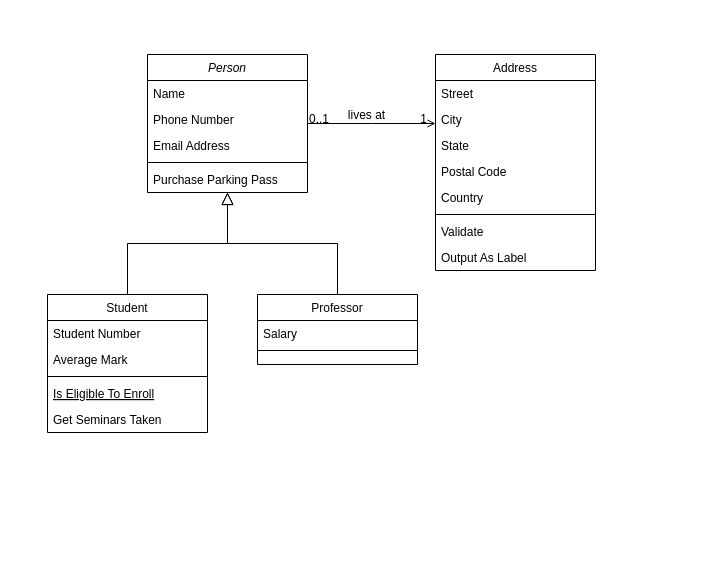
Before: Untitled Diagram.drawio in Matrasulov/Software_engineering, a draw.io diagram. Source tidied: cells renumbered, new cells numbered last; positions are measured from the earlier drawing's top-left corner, leaving out a move shared by most shapes. Both pictures are drawn from the tidied source at 100%, with x=0, y=0 at pixel (47, 54).
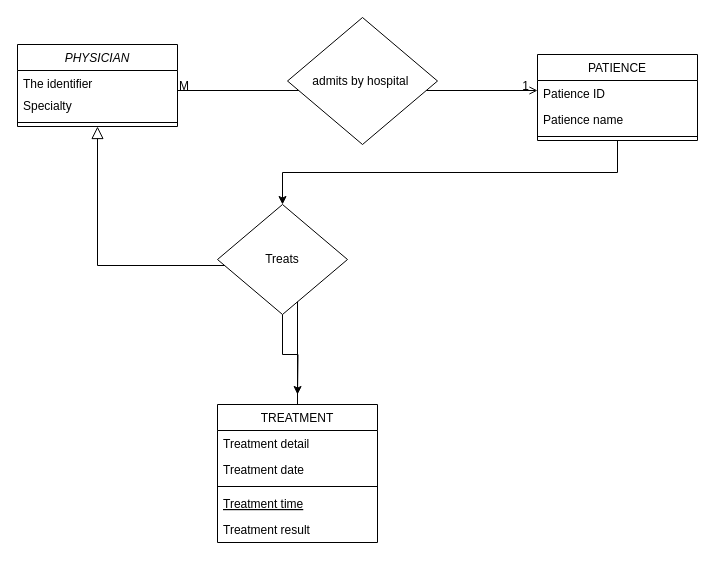
Above is the later version.

Commit message:
Case study 1

Unchanged cells that the change refers to:
```xml
<mxCell id="28" style="endArrow=open;shadow=0;strokeWidth=1;rounded=0;endFill=1;edgeStyle=elbowEdgeStyle;elbow=vertical;" parent="1" edge="1" source="2" target="19">
  <mxGeometry x="0.5" y="41" relative="1" as="geometry">
    <mxPoint x="-40" y="32" as="offset" />
  </mxGeometry>
</mxCell>
```

What changed in the source:
```diff
@@
-    <mxCell id="2" value="Person" style="swimlane;fontStyle=2;align=center;verticalAlign=top;horizontal=1;startSize=26;rounded=0;shadow=0;strokeWidth=1;" parent="1" vertex="1">
-      <mxGeometry x="100" width="160" height="138" as="geometry" />
+    <mxCell id="2" value="PHYSICIAN" style="swimlane;fontStyle=2;align=center;verticalAlign=top;horizontal=1;startSize=26;rounded=0;shadow=0;strokeWidth=1;" parent="1" vertex="1">
+      <mxGeometry x="-30" y="-10" width="160" height="82" as="geometry" />
     </mxCell>
-    <mxCell id="3" value="Name" style="text;align=left;verticalAlign=top;spacingLeft=4;spacingRight=4;overflow=hidden;" parent="2" vertex="1">
-      <mxGeometry y="26" width="160" height="26" as="geometry" />
+    <mxCell id="3" value="The identifier" style="text;align=left;verticalAlign=top;spacingLeft=4;spacingRight=4;overflow=hidden;" parent="2" vertex="1">
+      <mxGeometry y="26" width="160" height="22" as="geometry" />
     </mxCell>
-    <mxCell id="4" value="Phone Number" style="text;align=left;verticalAlign=top;spacingLeft=4;spacingRight=4;overflow=hidden;rounded=0;shadow=0;html=0;" parent="2" vertex="1">
-      <mxGeometry y="52" width="160" height="26" as="geometry" />
+    <mxCell id="4" value="Specialty" style="text;align=left;verticalAlign=top;spacingLeft=4;spacingRight=4;overflow=hidden;rounded=0;shadow=0;html=0;" parent="2" vertex="1">
+      <mxGeometry y="48" width="160" height="26" as="geometry" />
     </mxCell>
-    <mxCell id="5" value="Email Address" style="text;align=left;verticalAlign=top;spacingLeft=4;spacingRight=4;overflow=hidden;rounded=0;shadow=0;html=0;" parent="2" vertex="1">
-      <mxGeometry y="78" width="160" height="26" as="geometry" />
-    </mxCell>
     <mxCell id="6" style="line;html=1;strokeWidth=1;align=left;verticalAlign=middle;spacingTop=-1;spacingLeft=3;spacingRight=3;labelPosition=right;" parent="2" vertex="1">
-      <mxGeometry y="104" width="160" height="8" as="geometry" />
+      <mxGeometry y="74" width="160" height="8" as="geometry" />
     </mxCell>
-    <mxCell id="7" value="Purchase Parking Pass" style="text;align=left;verticalAlign=top;spacingLeft=4;spacingRight=4;overflow=hidden;" parent="2" vertex="1">
-      <mxGeometry y="112" width="160" height="26" as="geometry" />
-    </mxCell>
-    <mxCell id="8" value="Student" style="swimlane;fontStyle=0;align=center;verticalAlign=top;horizontal=1;startSize=26;rounded=0;shadow=0;strokeWidth=1;" parent="1" vertex="1">
-      <mxGeometry y="240" width="160" height="138" as="geometry" />
+    <mxCell id="8" value="TREATMENT" style="swimlane;fontStyle=0;align=center;verticalAlign=top;horizontal=1;startSize=26;rounded=0;shadow=0;strokeWidth=1;" parent="1" vertex="1">
+      <mxGeometry x="170" y="350" width="160" height="138" as="geometry" />
     </mxCell>
-    <mxCell id="9" value="Student Number" style="text;align=left;verticalAlign=top;spacingLeft=4;spacingRight=4;overflow=hidden;" parent="8" vertex="1">
+    <mxCell id="9" value="Treatment detail" style="text;align=left;verticalAlign=top;spacingLeft=4;spacingRight=4;overflow=hidden;" parent="8" vertex="1">
       <mxGeometry y="26" width="160" height="26" as="geometry" />
     </mxCell>
-    <mxCell id="10" value="Average Mark" style="text;align=left;verticalAlign=top;spacingLeft=4;spacingRight=4;overflow=hidden;rounded=0;shadow=0;html=0;" parent="8" vertex="1">
+    <mxCell id="10" value="Treatment date" style="text;align=left;verticalAlign=top;spacingLeft=4;spacingRight=4;overflow=hidden;rounded=0;shadow=0;html=0;" parent="8" vertex="1">
       <mxGeometry y="52" width="160" height="26" as="geometry" />
     </mxCell>
@@
-    <mxCell id="12" value="Is Eligible To Enroll" style="text;align=left;verticalAlign=top;spacingLeft=4;spacingRight=4;overflow=hidden;fontStyle=4;" parent="8" vertex="1">
+    <mxCell id="12" value="Treatment time" style="text;align=left;verticalAlign=top;spacingLeft=4;spacingRight=4;overflow=hidden;fontStyle=4;" parent="8" vertex="1">
       <mxGeometry y="86" width="160" height="26" as="geometry" />
     </mxCell>
-    <mxCell id="13" value="Get Seminars Taken" style="text;align=left;verticalAlign=top;spacingLeft=4;spacingRight=4;overflow=hidden;" parent="8" vertex="1">
+    <mxCell id="13" value="Treatment result" style="text;align=left;verticalAlign=top;spacingLeft=4;spacingRight=4;overflow=hidden;" parent="8" vertex="1">
       <mxGeometry y="112" width="160" height="26" as="geometry" />
     </mxCell>
@@
-    <mxCell id="15" value="Professor" style="swimlane;fontStyle=0;align=center;verticalAlign=top;horizontal=1;startSize=26;rounded=0;shadow=0;strokeWidth=1;" parent="1" vertex="1">
-      <mxGeometry x="210" y="240" width="160" height="70" as="geometry" />
-    </mxCell>
-    <mxCell id="16" value="Salary" style="text;align=left;verticalAlign=top;spacingLeft=4;spacingRight=4;overflow=hidden;" parent="15" vertex="1">
-      <mxGeometry y="26" width="160" height="26" as="geometry" />
-    </mxCell>
-    <mxCell id="17" style="line;html=1;strokeWidth=1;align=left;verticalAlign=middle;spacingTop=-1;spacingLeft=3;spacingRight=3;labelPosition=right;" parent="15" vertex="1">
-      <mxGeometry y="52" width="160" height="8" as="geometry" />
-    </mxCell>
-    <mxCell id="18" style="endArrow=block;endSize=10;endFill=0;shadow=0;strokeWidth=1;rounded=0;edgeStyle=elbowEdgeStyle;elbow=vertical;" parent="1" edge="1" source="15" target="2">
-      <mxGeometry relative="1" as="geometry" />
-    </mxCell>
+    <mxCell id="32" style="edgeStyle=orthogonalEdgeStyle;rounded=0;jettySize=auto;html=1;exitX=0.5;exitY=1;exitDx=0;exitDy=0;" parent="1" edge="1" source="35">
+      <mxGeometry relative="1" as="geometry">
+        <mxPoint x="250" y="340" as="targetPoint" />
+      </mxGeometry>
+    </mxCell>
-    <mxCell id="19" value="Address" style="swimlane;fontStyle=0;align=center;verticalAlign=top;horizontal=1;startSize=26;rounded=0;shadow=0;strokeWidth=1;" parent="1" vertex="1">
-      <mxGeometry x="388" width="160" height="216" as="geometry" />
+    <mxCell id="19" value="PATIENCE" style="swimlane;fontStyle=0;align=center;verticalAlign=top;horizontal=1;startSize=26;rounded=0;shadow=0;strokeWidth=1;" parent="1" vertex="1">
+      <mxGeometry x="490" width="160" height="86" as="geometry" />
     </mxCell>
-    <mxCell id="20" value="Street" style="text;align=left;verticalAlign=top;spacingLeft=4;spacingRight=4;overflow=hidden;" parent="19" vertex="1">
+    <mxCell id="20" value="Patience ID" style="text;align=left;verticalAlign=top;spacingLeft=4;spacingRight=4;overflow=hidden;" parent="19" vertex="1">
       <mxGeometry y="26" width="160" height="26" as="geometry" />
     </mxCell>
-    <mxCell id="21" value="City" style="text;align=left;verticalAlign=top;spacingLeft=4;spacingRight=4;overflow=hidden;rounded=0;shadow=0;html=0;" parent="19" vertex="1">
+    <mxCell id="21" value="Patience name" style="text;align=left;verticalAlign=top;spacingLeft=4;spacingRight=4;overflow=hidden;rounded=0;shadow=0;html=0;" parent="19" vertex="1">
       <mxGeometry y="52" width="160" height="26" as="geometry" />
     </mxCell>
-    <mxCell id="22" value="State" style="text;align=left;verticalAlign=top;spacingLeft=4;spacingRight=4;overflow=hidden;rounded=0;shadow=0;html=0;" parent="19" vertex="1">
-      <mxGeometry y="78" width="160" height="26" as="geometry" />
-    </mxCell>
-    <mxCell id="23" value="Postal Code" style="text;align=left;verticalAlign=top;spacingLeft=4;spacingRight=4;overflow=hidden;rounded=0;shadow=0;html=0;" parent="19" vertex="1">
-      <mxGeometry y="104" width="160" height="26" as="geometry" />
-    </mxCell>
-    <mxCell id="24" value="Country" style="text;align=left;verticalAlign=top;spacingLeft=4;spacingRight=4;overflow=hidden;rounded=0;shadow=0;html=0;" parent="19" vertex="1">
-      <mxGeometry y="130" width="160" height="26" as="geometry" />
-    </mxCell>
     <mxCell id="25" style="line;html=1;strokeWidth=1;align=left;verticalAlign=middle;spacingTop=-1;spacingLeft=3;spacingRight=3;labelPosition=right;" parent="19" vertex="1">
-      <mxGeometry y="156" width="160" height="8" as="geometry" />
+      <mxGeometry y="78" width="160" height="8" as="geometry" />
     </mxCell>
-    <mxCell id="26" value="Validate" style="text;align=left;verticalAlign=top;spacingLeft=4;spacingRight=4;overflow=hidden;" parent="19" vertex="1">
-      <mxGeometry y="164" width="160" height="26" as="geometry" />
-    </mxCell>
-    <mxCell id="27" value="Output As Label" style="text;align=left;verticalAlign=top;spacingLeft=4;spacingRight=4;overflow=hidden;" parent="19" vertex="1">
-      <mxGeometry y="190" width="160" height="26" as="geometry" />
-    </mxCell>
@@
-    <mxCell id="29" value="0..1" style="align=left;verticalAlign=bottom;labelBackgroundColor=none;fontSize=12;" parent="28" vertex="1">
+    <mxCell id="29" value="M" style="align=left;verticalAlign=bottom;labelBackgroundColor=none;fontSize=12;" parent="28" vertex="1">
       <mxGeometry x="-1" relative="1" as="geometry">
         <mxPoint y="4" as="offset" />
       </mxGeometry>
     </mxCell>
@@
-    <mxCell id="31" value="lives at" style="text;html=1;align=center;verticalAlign=middle;labelBackgroundColor=none;rounded=0;shadow=0;strokeWidth=1;fontSize=12;" parent="28" vertex="1">
-      <mxGeometry x="0.5" y="49" relative="1" as="geometry">
-        <mxPoint x="-38" y="40" as="offset" />
-      </mxGeometry>
-    </mxCell>
+    <mxCell id="33" value="admits by hospital&amp;nbsp;" style="rhombus;whiteSpace=wrap;html=1;" parent="1" vertex="1">
+      <mxGeometry x="240" y="-37" width="150" height="127" as="geometry" />
+    </mxCell>
+    <mxCell id="34" style="edgeStyle=orthogonalEdgeStyle;rounded=0;jettySize=auto;html=1;exitX=0.5;exitY=1;exitDx=0;exitDy=0;" parent="1" edge="1" source="19" target="35">
+      <mxGeometry relative="1" as="geometry" />
+    </mxCell>
+    <mxCell id="35" value="Treats" style="rhombus;whiteSpace=wrap;html=1;" parent="1" vertex="1">
+      <mxGeometry x="170" y="150" width="130" height="110" as="geometry" />
+    </mxCell>
```
